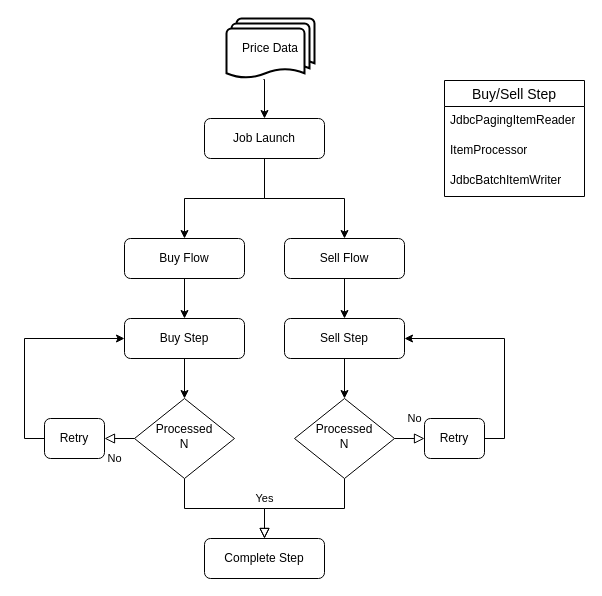
Earlier version of the draw.io diagram document/Reserved Transaction Batch Flow.drawio (O0oO0Oo/Bitcoin-Simulated-Investment-BE). Source tidied: cells renumbered, new cells numbered last; positions are measured from the earlier drawing's top-left corner, leaving out a move shared by most shapes. Both pictures are drawn from the tidied source at 100%, with x=0, y=0 at pixel (44, 18).
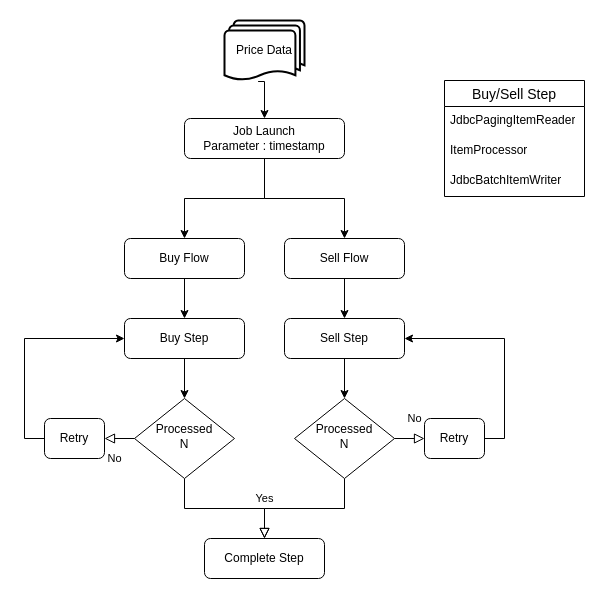
After the change.

The edit, as a diff of the source:
```diff
@@
     <mxCell id="8" value="Price Data" style="strokeWidth=2;html=1;shape=mxgraph.flowchart.multi-document;whiteSpace=wrap;" parent="1" vertex="1">
-      <mxGeometry x="182" width="88" height="60" as="geometry" />
+      <mxGeometry x="180" y="2" width="80" height="60" as="geometry" />
     </mxCell>
-    <mxCell id="9" value="Job Launch" style="rounded=1;whiteSpace=wrap;html=1;fontSize=12;glass=0;strokeWidth=1;shadow=0;" parent="1" vertex="1">
-      <mxGeometry x="160" y="100" width="120" height="40" as="geometry" />
+    <mxCell id="9" value="Job Launch&lt;br&gt;Parameter : timestamp" style="rounded=1;whiteSpace=wrap;html=1;fontSize=12;glass=0;strokeWidth=1;shadow=0;" parent="1" vertex="1">
+      <mxGeometry x="140" y="100" width="160" height="40" as="geometry" />
     </mxCell>
```
